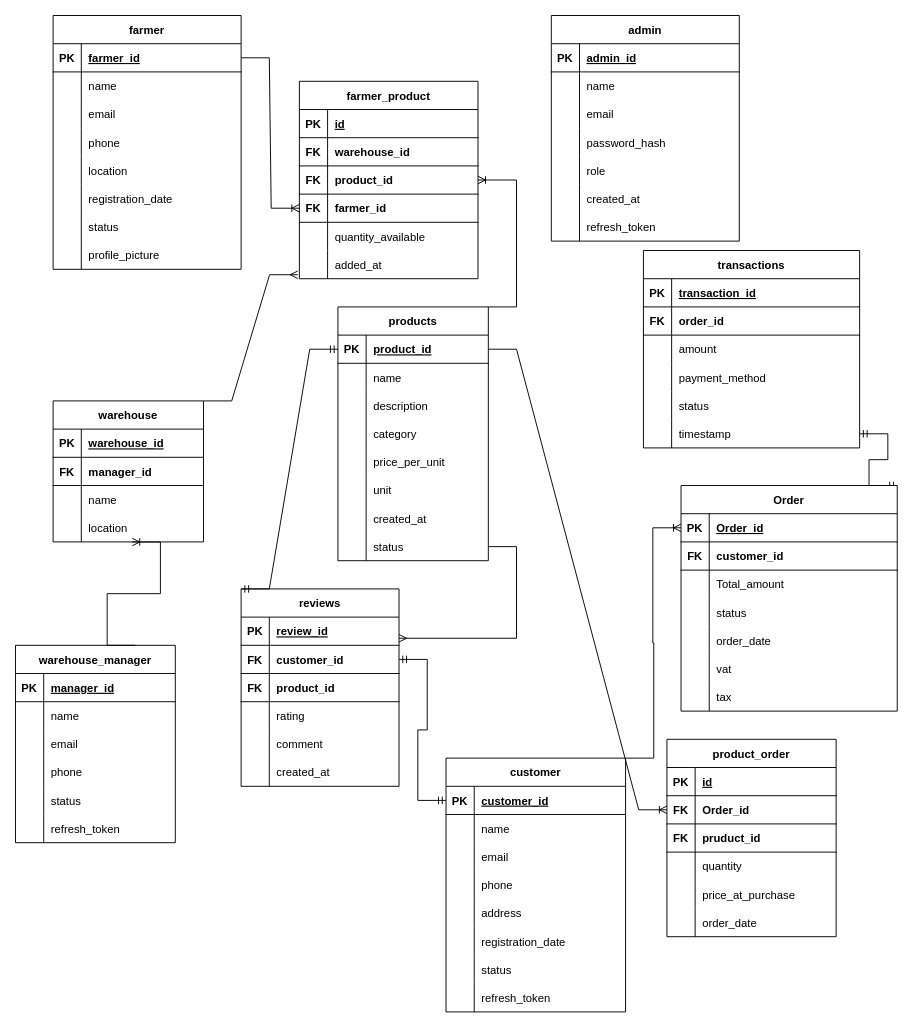
abiyBz/DirectFarm keeps this draw.io diagram as ER Diagram.drawio. Above is the earlier version. Source tidied: cells renumbered, new cells numbered last; positions are measured from the earlier drawing's top-left corner, leaving out a move shared by most shapes. Both pictures are drawn from the tidied source at 94%, with x=0, y=0 at pixel (15, 15).
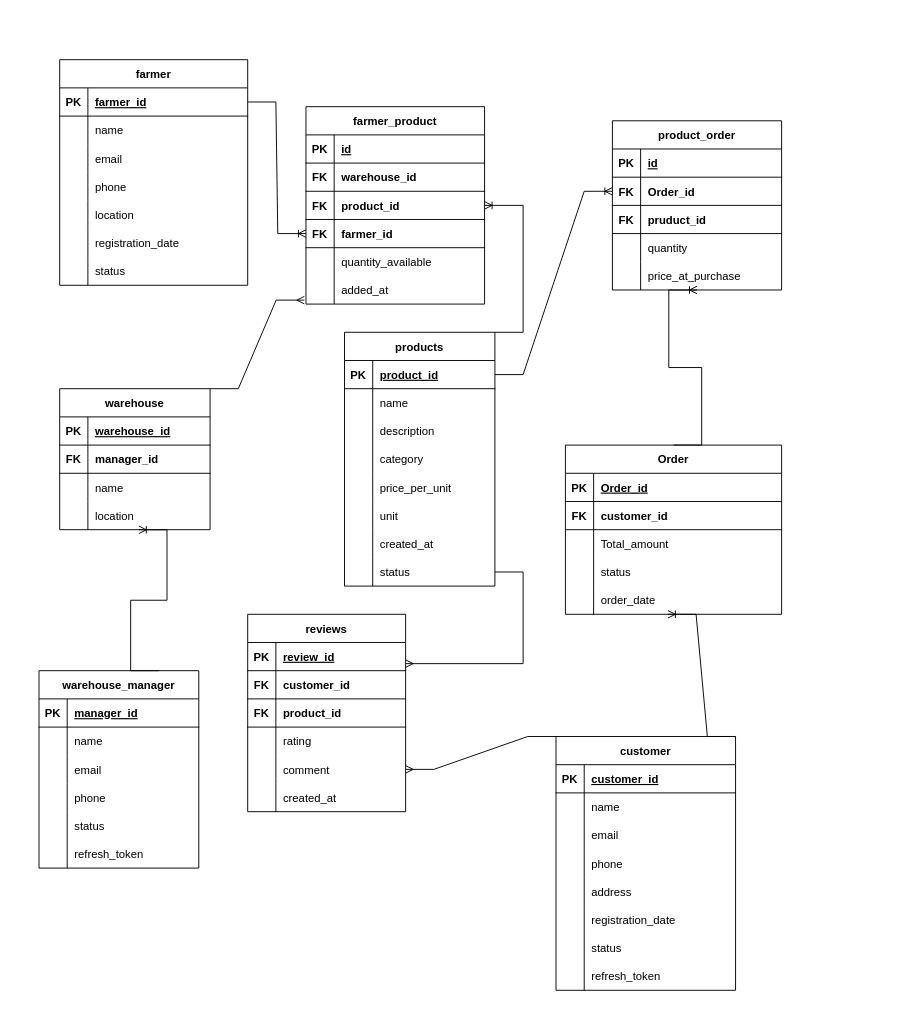
The same page after the edit.

Unchanged cells that the change refers to:
```xml
<mxCell id="60" style="shape=tableRow;horizontal=0;startSize=0;swimlaneHead=0;swimlaneBody=0;fillColor=none;points=[[0,0.5],[1,0.5]];portConstraint=eastwest;strokeColor=inherit;top=0;left=0;right=0;bottom=1;" parent="59" vertex="1">
  <mxGeometry y="30" width="160" height="30" as="geometry" />
</mxCell>
<mxCell id="91" style="shape=tableRow;horizontal=0;startSize=0;swimlaneHead=0;swimlaneBody=0;fillColor=none;points=[[0,0.5],[1,0.5]];portConstraint=eastwest;strokeColor=inherit;top=0;left=0;right=0;bottom=1;" parent="84" vertex="1">
  <mxGeometry y="90" width="190" height="30" as="geometry" />
</mxCell>
<mxCell id="104" style="shape=tableRow;horizontal=0;startSize=0;swimlaneHead=0;swimlaneBody=0;fillColor=none;points=[[0,0.5],[1,0.5]];portConstraint=eastwest;strokeColor=inherit;top=0;left=0;right=0;bottom=1;" parent="103" vertex="1">
  <mxGeometry y="30" width="191" height="30" as="geometry" />
</mxCell>
<mxCell id="192" style="shape=tableRow;horizontal=0;startSize=0;swimlaneHead=0;swimlaneBody=0;fillColor=none;points=[[0,0.5],[1,0.5]];portConstraint=eastwest;strokeColor=inherit;top=0;left=0;right=0;bottom=1;" parent="188" vertex="1">
  <mxGeometry y="60" width="168" height="30" as="geometry" />
</mxCell>
<mxCell id="201" style="shape=tableRow;horizontal=0;startSize=0;swimlaneHead=0;swimlaneBody=0;fillColor=none;points=[[0,0.5],[1,0.5]];portConstraint=eastwest;strokeColor=inherit;top=0;left=0;right=0;bottom=0;" parent="188" vertex="1">
  <mxGeometry y="150" width="168" height="30" as="geometry" />
</mxCell>
<mxCell id="217" style="shape=tableRow;horizontal=0;startSize=0;swimlaneHead=0;swimlaneBody=0;fillColor=none;points=[[0,0.5],[1,0.5]];portConstraint=eastwest;strokeColor=inherit;top=0;left=0;right=0;bottom=1;" parent="216" vertex="1">
  <mxGeometry y="30" width="230" height="30" as="geometry" />
</mxCell>
<mxCell id="229" style="shape=tableRow;horizontal=0;startSize=0;swimlaneHead=0;swimlaneBody=0;fillColor=none;points=[[0,0.5],[1,0.5]];portConstraint=eastwest;strokeColor=inherit;top=0;left=0;right=0;bottom=0;" parent="216" vertex="1">
  <mxGeometry y="150" width="230" height="30" as="geometry" />
</mxCell>
```

What changed in the source:
```diff
@@
     <mxCell id="2" value="warehouse_manager" style="shape=table;startSize=30;childLayout=tableLayout;rowLines=0;fontStyle=1;align=center;" parent="1" vertex="1">
-      <mxGeometry y="670" width="170" height="210" as="geometry" />
+      <mxGeometry x="25" y="697" width="170" height="210" as="geometry" />
     </mxCell>
@@
     <mxCell id="21" value="warehouse" style="shape=table;startSize=30;childLayout=tableLayout;rowLines=0;fontStyle=1;align=center;" parent="1" vertex="1">
-      <mxGeometry x="40" y="410" width="160" height="150" as="geometry" />
+      <mxGeometry x="47" y="397" width="160" height="150" as="geometry" />
     </mxCell>
@@
     <mxCell id="34" value="farmer" style="shape=table;startSize=30;childLayout=tableLayout;rowLines=0;fontStyle=1;align=center;" parent="1" vertex="1">
-      <mxGeometry x="40" width="200" height="270" as="geometry" />
+      <mxGeometry x="47" y="47" width="200" height="240" as="geometry" />
     </mxCell>
@@
-    <mxCell id="56" style="shape=tableRow;horizontal=0;startSize=0;swimlaneHead=0;swimlaneBody=0;fillColor=none;strokeColor=inherit;top=0;left=0;right=0;bottom=0;" parent="34" vertex="1">
-      <mxGeometry y="240" width="200" height="30" as="geometry" />
-    </mxCell>
-    <mxCell id="57" style="shape=partialRectangle;overflow=hidden;fillColor=none;strokeColor=inherit;top=0;left=0;bottom=0;right=0;" parent="56" vertex="1">
-      <mxGeometry width="30" height="30" as="geometry" />
-    </mxCell>
-    <mxCell id="58" value="profile_picture" style="shape=partialRectangle;overflow=hidden;fillColor=none;align=left;strokeColor=inherit;top=0;left=0;bottom=0;right=0;spacingLeft=6;" parent="56" vertex="1">
-      <mxGeometry x="30" width="170" height="30" as="geometry" />
-    </mxCell>
     <mxCell id="59" value="products" style="shape=table;startSize=30;childLayout=tableLayout;rowLines=0;fontStyle=1;align=center;" parent="1" vertex="1">
-      <mxGeometry x="343" y="310" width="160" height="270" as="geometry" />
+      <mxGeometry x="350" y="337" width="160" height="270" as="geometry" />
     </mxCell>
@@
     <mxCell id="84" value="farmer_product" style="shape=table;startSize=30;childLayout=tableLayout;rowLines=0;fontStyle=1;align=center;" parent="1" vertex="1">
-      <mxGeometry x="302" y="70" width="190" height="210" as="geometry" />
+      <mxGeometry x="309" y="97" width="190" height="210" as="geometry" />
     </mxCell>
@@
     <mxCell id="103" value="customer" style="shape=table;startSize=30;childLayout=tableLayout;rowLines=0;fontStyle=1;align=center;" parent="1" vertex="1">
-      <mxGeometry x="458" y="790" width="191" height="270" as="geometry" />
+      <mxGeometry x="575" y="767" width="191" height="270" as="geometry" />
     </mxCell>
@@
     <mxCell id="128" value="product_order" style="shape=table;startSize=30;childLayout=tableLayout;rowLines=0;fontStyle=1;align=center;" parent="1" vertex="1">
-      <mxGeometry x="693" y="770" width="180" height="210" as="geometry" />
+      <mxGeometry x="635" y="112" width="180" height="180" as="geometry" />
     </mxCell>
@@
-    <mxCell id="144" style="shape=tableRow;horizontal=0;startSize=0;swimlaneHead=0;swimlaneBody=0;fillColor=none;strokeColor=inherit;top=0;left=0;right=0;bottom=0;" parent="128" vertex="1">
-      <mxGeometry y="180" width="180" height="30" as="geometry" />
-    </mxCell>
-    <mxCell id="145" style="shape=partialRectangle;overflow=hidden;fillColor=none;strokeColor=inherit;top=0;left=0;bottom=0;right=0;" parent="144" vertex="1">
-      <mxGeometry width="30" height="30" as="geometry" />
-    </mxCell>
-    <mxCell id="146" value="order_date" style="shape=partialRectangle;overflow=hidden;fillColor=none;align=left;strokeColor=inherit;top=0;left=0;bottom=0;right=0;spacingLeft=6;" parent="144" vertex="1">
-      <mxGeometry x="30" width="150" height="30" as="geometry" />
-    </mxCell>
-    <mxCell id="147" value="admin" style="shape=table;startSize=30;childLayout=tableLayout;rowLines=0;fontStyle=1;align=center;" parent="1" vertex="1">
-      <mxGeometry x="570" width="200" height="240" as="geometry" />
-    </mxCell>
-    <mxCell id="148" style="shape=tableRow;horizontal=0;startSize=0;swimlaneHead=0;swimlaneBody=0;fillColor=none;strokeColor=inherit;top=0;left=0;right=0;bottom=1;" parent="147" vertex="1">
-      <mxGeometry y="30" width="200" height="30" as="geometry" />
-    </mxCell>
-    <mxCell id="149" value="PK" style="shape=partialRectangle;overflow=hidden;fillColor=none;strokeColor=inherit;top=0;left=0;bottom=0;right=0;fontStyle=1;" parent="148" vertex="1">
-      <mxGeometry width="30" height="30" as="geometry" />
-    </mxCell>
-    <mxCell id="150" value="admin_id" style="shape=partialRectangle;overflow=hidden;fillColor=none;align=left;strokeColor=inherit;top=0;left=0;bottom=0;right=0;spacingLeft=6;fontStyle=5;" parent="148" vertex="1">
-      <mxGeometry x="30" width="170" height="30" as="geometry" />
-    </mxCell>
-    <mxCell id="151" style="shape=tableRow;horizontal=0;startSize=0;swimlaneHead=0;swimlaneBody=0;fillColor=none;strokeColor=inherit;top=0;left=0;right=0;bottom=0;" parent="147" vertex="1">
-      <mxGeometry y="60" width="200" height="30" as="geometry" />
-    </mxCell>
-    <mxCell id="152" style="shape=partialRectangle;overflow=hidden;fillColor=none;strokeColor=inherit;top=0;left=0;bottom=0;right=0;" parent="151" vertex="1">
-      <mxGeometry width="30" height="30" as="geometry" />
-    </mxCell>
-    <mxCell id="153" value="name" style="shape=partialRectangle;overflow=hidden;fillColor=none;align=left;strokeColor=inherit;top=0;left=0;bottom=0;right=0;spacingLeft=6;" parent="151" vertex="1">
-      <mxGeometry x="30" width="170" height="30" as="geometry" />
-    </mxCell>
-    <mxCell id="154" style="shape=tableRow;horizontal=0;startSize=0;swimlaneHead=0;swimlaneBody=0;fillColor=none;strokeColor=inherit;top=0;left=0;right=0;bottom=0;" parent="147" vertex="1">
-      <mxGeometry y="90" width="200" height="30" as="geometry" />
-    </mxCell>
-    <mxCell id="155" style="shape=partialRectangle;overflow=hidden;fillColor=none;strokeColor=inherit;top=0;left=0;bottom=0;right=0;" parent="154" vertex="1">
-      <mxGeometry width="30" height="30" as="geometry" />
-    </mxCell>
-    <mxCell id="156" value="email" style="shape=partialRectangle;overflow=hidden;fillColor=none;align=left;strokeColor=inherit;top=0;left=0;bottom=0;right=0;spacingLeft=6;" parent="154" vertex="1">
-      <mxGeometry x="30" width="170" height="30" as="geometry" />
-    </mxCell>
-    <mxCell id="157" style="shape=tableRow;horizontal=0;startSize=0;swimlaneHead=0;swimlaneBody=0;fillColor=none;strokeColor=inherit;top=0;left=0;right=0;bottom=0;" parent="147" vertex="1">
-      <mxGeometry y="120" width="200" height="30" as="geometry" />
-    </mxCell>
-    <mxCell id="158" style="shape=partialRectangle;overflow=hidden;fillColor=none;strokeColor=inherit;top=0;left=0;bottom=0;right=0;" parent="157" vertex="1">
-      <mxGeometry width="30" height="30" as="geometry" />
-    </mxCell>
-    <mxCell id="159" value="password_hash" style="shape=partialRectangle;overflow=hidden;fillColor=none;align=left;strokeColor=inherit;top=0;left=0;bottom=0;right=0;spacingLeft=6;" parent="157" vertex="1">
-      <mxGeometry x="30" width="170" height="30" as="geometry" />
-    </mxCell>
-    <mxCell id="160" style="shape=tableRow;horizontal=0;startSize=0;swimlaneHead=0;swimlaneBody=0;fillColor=none;strokeColor=inherit;top=0;left=0;right=0;bottom=0;" parent="147" vertex="1">
-      <mxGeometry y="150" width="200" height="30" as="geometry" />
-    </mxCell>
-    <mxCell id="161" style="shape=partialRectangle;overflow=hidden;fillColor=none;strokeColor=inherit;top=0;left=0;bottom=0;right=0;" parent="160" vertex="1">
-      <mxGeometry width="30" height="30" as="geometry" />
-    </mxCell>
-    <mxCell id="162" value="role" style="shape=partialRectangle;overflow=hidden;fillColor=none;align=left;strokeColor=inherit;top=0;left=0;bottom=0;right=0;spacingLeft=6;" parent="160" vertex="1">
-      <mxGeometry x="30" width="170" height="30" as="geometry" />
-    </mxCell>
-    <mxCell id="163" style="shape=tableRow;horizontal=0;startSize=0;swimlaneHead=0;swimlaneBody=0;fillColor=none;strokeColor=inherit;top=0;left=0;right=0;bottom=0;" parent="147" vertex="1">
-      <mxGeometry y="180" width="200" height="30" as="geometry" />
-    </mxCell>
-    <mxCell id="164" style="shape=partialRectangle;overflow=hidden;fillColor=none;strokeColor=inherit;top=0;left=0;bottom=0;right=0;" parent="163" vertex="1">
-      <mxGeometry width="30" height="30" as="geometry" />
-    </mxCell>
-    <mxCell id="165" value="created_at" style="shape=partialRectangle;overflow=hidden;fillColor=none;align=left;strokeColor=inherit;top=0;left=0;bottom=0;right=0;spacingLeft=6;" parent="163" vertex="1">
-      <mxGeometry x="30" width="170" height="30" as="geometry" />
-    </mxCell>
-    <mxCell id="166" style="shape=tableRow;horizontal=0;startSize=0;swimlaneHead=0;swimlaneBody=0;fillColor=none;strokeColor=inherit;top=0;left=0;right=0;bottom=0;" parent="147" vertex="1">
-      <mxGeometry y="210" width="200" height="30" as="geometry" />
-    </mxCell>
-    <mxCell id="167" style="shape=partialRectangle;overflow=hidden;fillColor=none;strokeColor=inherit;top=0;left=0;bottom=0;right=0;" parent="166" vertex="1">
-      <mxGeometry width="30" height="30" as="geometry" />
-    </mxCell>
-    <mxCell id="168" value="refresh_token" style="shape=partialRectangle;overflow=hidden;fillColor=none;align=left;strokeColor=inherit;top=0;left=0;bottom=0;right=0;spacingLeft=6;" parent="166" vertex="1">
-      <mxGeometry x="30" width="170" height="30" as="geometry" />
-    </mxCell>
-    <mxCell id="169" value="transactions" style="shape=table;startSize=30;childLayout=tableLayout;rowLines=0;fontStyle=1;align=center;" parent="1" vertex="1">
-      <mxGeometry x="668" y="250" width="230" height="210" as="geometry" />
-    </mxCell>
-    <mxCell id="170" style="shape=tableRow;horizontal=0;startSize=0;swimlaneHead=0;swimlaneBody=0;fillColor=none;strokeColor=inherit;top=0;left=0;right=0;bottom=1;" parent="169" vertex="1">
-      <mxGeometry y="30" width="230" height="30" as="geometry" />
-    </mxCell>
-    <mxCell id="171" value="PK" style="shape=partialRectangle;overflow=hidden;fillColor=none;strokeColor=inherit;top=0;left=0;bottom=0;right=0;fontStyle=1;" parent="170" vertex="1">
-      <mxGeometry width="30" height="30" as="geometry" />
-    </mxCell>
-    <mxCell id="172" value="transaction_id" style="shape=partialRectangle;overflow=hidden;fillColor=none;align=left;strokeColor=inherit;top=0;left=0;bottom=0;right=0;spacingLeft=6;fontStyle=5;" parent="170" vertex="1">
-      <mxGeometry x="30" width="200" height="30" as="geometry" />
-    </mxCell>
-    <mxCell id="173" style="shape=tableRow;horizontal=0;startSize=0;swimlaneHead=0;swimlaneBody=0;fillColor=none;strokeColor=inherit;top=0;left=0;right=0;bottom=1;" parent="169" vertex="1">
-      <mxGeometry y="60" width="230" height="30" as="geometry" />
-    </mxCell>
-    <mxCell id="174" value="FK" style="shape=partialRectangle;overflow=hidden;fillColor=none;strokeColor=inherit;top=0;left=0;bottom=0;right=0;fontStyle=1;" parent="173" vertex="1">
-      <mxGeometry width="30" height="30" as="geometry" />
-    </mxCell>
-    <mxCell id="175" value="order_id " style="shape=partialRectangle;overflow=hidden;fillColor=none;align=left;strokeColor=inherit;top=0;left=0;bottom=0;right=0;spacingLeft=6;fontStyle=1;" parent="173" vertex="1">
-      <mxGeometry x="30" width="200" height="30" as="geometry" />
-    </mxCell>
-    <mxCell id="176" style="shape=tableRow;horizontal=0;startSize=0;swimlaneHead=0;swimlaneBody=0;fillColor=none;strokeColor=inherit;top=0;left=0;right=0;bottom=0;" parent="169" vertex="1">
-      <mxGeometry y="90" width="230" height="30" as="geometry" />
-    </mxCell>
-    <mxCell id="177" style="shape=partialRectangle;overflow=hidden;fillColor=none;strokeColor=inherit;top=0;left=0;bottom=0;right=0;" parent="176" vertex="1">
-      <mxGeometry width="30" height="30" as="geometry" />
-    </mxCell>
-    <mxCell id="178" value="amount  " style="shape=partialRectangle;overflow=hidden;fillColor=none;align=left;strokeColor=inherit;top=0;left=0;bottom=0;right=0;spacingLeft=6;" parent="176" vertex="1">
-      <mxGeometry x="30" width="200" height="30" as="geometry" />
-    </mxCell>
-    <mxCell id="179" style="shape=tableRow;horizontal=0;startSize=0;swimlaneHead=0;swimlaneBody=0;fillColor=none;strokeColor=inherit;top=0;left=0;right=0;bottom=0;" parent="169" vertex="1">
-      <mxGeometry y="120" width="230" height="30" as="geometry" />
-    </mxCell>
-    <mxCell id="180" style="shape=partialRectangle;overflow=hidden;fillColor=none;strokeColor=inherit;top=0;left=0;bottom=0;right=0;" parent="179" vertex="1">
-      <mxGeometry width="30" height="30" as="geometry" />
-    </mxCell>
-    <mxCell id="181" value="payment_method      " style="shape=partialRectangle;overflow=hidden;fillColor=none;align=left;strokeColor=inherit;top=0;left=0;bottom=0;right=0;spacingLeft=6;" parent="179" vertex="1">
-      <mxGeometry x="30" width="200" height="30" as="geometry" />
-    </mxCell>
-    <mxCell id="182" style="shape=tableRow;horizontal=0;startSize=0;swimlaneHead=0;swimlaneBody=0;fillColor=none;strokeColor=inherit;top=0;left=0;right=0;bottom=0;" parent="169" vertex="1">
-      <mxGeometry y="150" width="230" height="30" as="geometry" />
-    </mxCell>
-    <mxCell id="183" style="shape=partialRectangle;overflow=hidden;fillColor=none;strokeColor=inherit;top=0;left=0;bottom=0;right=0;" parent="182" vertex="1">
-      <mxGeometry width="30" height="30" as="geometry" />
-    </mxCell>
-    <mxCell id="184" value="status" style="shape=partialRectangle;overflow=hidden;fillColor=none;align=left;strokeColor=inherit;top=0;left=0;bottom=0;right=0;spacingLeft=6;" parent="182" vertex="1">
-      <mxGeometry x="30" width="200" height="30" as="geometry" />
-    </mxCell>
-    <mxCell id="185" style="shape=tableRow;horizontal=0;startSize=0;swimlaneHead=0;swimlaneBody=0;fillColor=none;points=[[0,0.5],[1,0.5]];portConstraint=eastwest;strokeColor=inherit;top=0;left=0;right=0;bottom=0;" parent="169" vertex="1">
-      <mxGeometry y="180" width="230" height="30" as="geometry" />
-    </mxCell>
-    <mxCell id="186" style="shape=partialRectangle;overflow=hidden;fillColor=none;strokeColor=inherit;top=0;left=0;bottom=0;right=0;" parent="185" vertex="1">
-      <mxGeometry width="30" height="30" as="geometry" />
-    </mxCell>
-    <mxCell id="187" value="timestamp" style="shape=partialRectangle;overflow=hidden;fillColor=none;align=left;strokeColor=inherit;top=0;left=0;bottom=0;right=0;spacingLeft=6;" parent="185" vertex="1">
-      <mxGeometry x="30" width="200" height="30" as="geometry" />
-    </mxCell>
     <mxCell id="188" value="reviews" style="shape=table;startSize=30;childLayout=tableLayout;rowLines=0;fontStyle=1;align=center;" parent="1" vertex="1">
-      <mxGeometry x="240" y="610" width="168" height="210" as="geometry" />
+      <mxGeometry x="247" y="637" width="168" height="210" as="geometry" />
     </mxCell>
@@
-    <mxCell id="208" style="edgeStyle=entityRelationEdgeStyle;fontSize=12;html=1;endArrow=ERmandOne;startArrow=ERmandOne;rounded=0;exitX=1;exitY=0.5;exitDx=0;exitDy=0;entryX=0;entryY=0.5;entryDx=0;entryDy=0;" parent="1" edge="1" source="192" target="104">
-      <mxGeometry relative="1" as="geometry" />
-    </mxCell>
-    <mxCell id="209" style="edgeStyle=entityRelationEdgeStyle;fontSize=12;html=1;endArrow=ERmandOne;startArrow=ERmandOne;rounded=0;exitX=0;exitY=0;exitDx=0;exitDy=0;entryX=0;entryY=0.5;entryDx=0;entryDy=0;" parent="1" edge="1" source="188" target="60">
-      <mxGeometry relative="1" as="geometry" />
-    </mxCell>
@@
     <mxCell id="211" style="edgeStyle=entityRelationEdgeStyle;fontSize=12;html=1;endArrow=ERoneToMany;rounded=0;entryX=1;entryY=0.5;entryDx=0;entryDy=0;" parent="1" edge="1" target="91">
       <mxGeometry relative="1" as="geometry">
-        <mxPoint x="503" y="310" as="sourcePoint" />
+        <mxPoint x="510" y="337" as="sourcePoint" />
       </mxGeometry>
     </mxCell>
@@
-    <mxCell id="213" style="edgeStyle=entityRelationEdgeStyle;fontSize=12;html=1;endArrow=ERoneToMany;rounded=0;entryX=0;entryY=0.5;entryDx=0;entryDy=0;exitX=1;exitY=0;exitDx=0;exitDy=0;" parent="1" edge="1" source="103" target="217">
+    <mxCell id="213" style="edgeStyle=entityRelationEdgeStyle;fontSize=12;html=1;endArrow=ERoneToMany;rounded=0;entryX=0.474;entryY=1;entryDx=0;entryDy=0;exitX=1;exitY=0;exitDx=0;exitDy=0;entryPerimeter=0;" parent="1" edge="1" source="103" target="229">
       <mxGeometry relative="1" as="geometry" />
     </mxCell>
@@
-    <mxCell id="215" style="edgeStyle=entityRelationEdgeStyle;fontSize=12;html=1;endArrow=ERmandOne;startArrow=ERmandOne;rounded=0;exitX=1;exitY=0;exitDx=0;exitDy=0;entryX=1;entryY=0.5;entryDx=0;entryDy=0;" parent="1" edge="1" source="216" target="185">
-      <mxGeometry relative="1" as="geometry" />
-    </mxCell>
     <mxCell id="216" value="Order" style="shape=table;startSize=30;childLayout=tableLayout;rowLines=0;fontStyle=1;align=center;" parent="1" vertex="1">
-      <mxGeometry x="708" y="500" width="230" height="240" as="geometry" />
+      <mxGeometry x="585" y="457" width="230" height="180" as="geometry" />
     </mxCell>
@@
-    <mxCell id="232" style="shape=tableRow;horizontal=0;startSize=0;swimlaneHead=0;swimlaneBody=0;fillColor=none;strokeColor=inherit;top=0;left=0;right=0;bottom=0;" parent="216" vertex="1">
-      <mxGeometry y="180" width="230" height="30" as="geometry" />
-    </mxCell>
-    <mxCell id="233" style="shape=partialRectangle;overflow=hidden;fillColor=none;strokeColor=inherit;top=0;left=0;bottom=0;right=0;" parent="232" vertex="1">
-      <mxGeometry width="30" height="30" as="geometry" />
-    </mxCell>
-    <mxCell id="234" value="vat " style="shape=partialRectangle;overflow=hidden;fillColor=none;align=left;strokeColor=inherit;top=0;left=0;bottom=0;right=0;spacingLeft=6;" parent="232" vertex="1">
-      <mxGeometry x="30" width="200" height="30" as="geometry" />
-    </mxCell>
-    <mxCell id="235" style="shape=tableRow;horizontal=0;startSize=0;swimlaneHead=0;swimlaneBody=0;fillColor=none;strokeColor=inherit;top=0;left=0;right=0;bottom=0;" parent="216" vertex="1">
-      <mxGeometry y="210" width="230" height="30" as="geometry" />
-    </mxCell>
-    <mxCell id="236" style="shape=partialRectangle;overflow=hidden;fillColor=none;strokeColor=inherit;top=0;left=0;bottom=0;right=0;" parent="235" vertex="1">
-      <mxGeometry width="30" height="30" as="geometry" />
-    </mxCell>
-    <mxCell id="237" value="tax" style="shape=partialRectangle;overflow=hidden;fillColor=none;align=left;strokeColor=inherit;top=0;left=0;bottom=0;right=0;spacingLeft=6;" parent="235" vertex="1">
-      <mxGeometry x="30" width="200" height="30" as="geometry" />
-    </mxCell>
@@
+    <mxCell id="239" style="edgeStyle=entityRelationEdgeStyle;fontSize=12;html=1;endArrow=ERoneToMany;rounded=0;entryX=0.5;entryY=1;entryDx=0;entryDy=0;exitX=0.5;exitY=0;exitDx=0;exitDy=0;" parent="1" edge="1" source="216" target="128">
+      <mxGeometry relative="1" as="geometry" />
+    </mxCell>
+    <mxCell id="240" style="edgeStyle=entityRelationEdgeStyle;fontSize=12;html=1;endArrow=ERmany;rounded=0;entryX=1;entryY=0.5;entryDx=0;entryDy=0;exitX=0;exitY=0;exitDx=0;exitDy=0;" parent="1" edge="1" source="103" target="201">
+      <mxGeometry relative="1" as="geometry" />
+    </mxCell>
```
